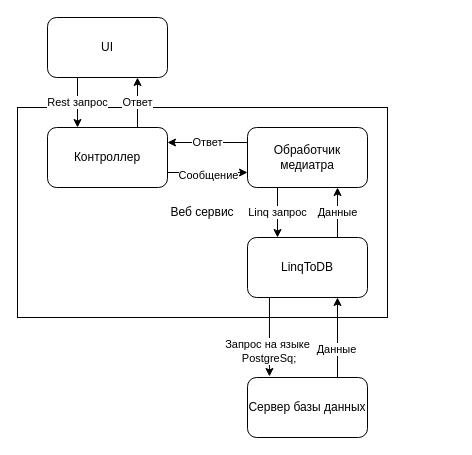
Earlier version of the draw.io diagram page "Page-4" (4 of 4) of Untitled Diagram.drawio (Da11oS/Proektny-praktikum). Source tidied: cells renumbered, new cells numbered last; positions are measured from the earlier drawing's top-left corner, leaving out a move shared by most shapes. Both pictures are drawn from the tidied source at 100%, with x=0, y=0 at pixel (17, 17).
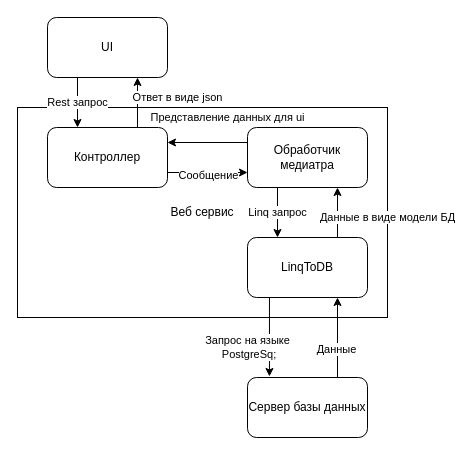
After the change.

Commit message:
ВКР модель веб сервисов.drawio

The edit, as a diff of the source:
```diff
@@
 <mxGraphModel>
   <root>
     <mxCell id="0" />
     <mxCell id="1" parent="0" />
     <mxCell id="2" value="Веб сервис" style="rounded=0;whiteSpace=wrap;html=1;" parent="1" vertex="1">
       <mxGeometry y="90" width="370" height="210" as="geometry" />
     </mxCell>
     <mxCell id="3" value="Контроллер" style="rounded=1;whiteSpace=wrap;html=1;" parent="1" vertex="1">
       <mxGeometry x="30" y="110" width="120" height="60" as="geometry" />
     </mxCell>
     <mxCell id="4" value="Обработчик медиатра" style="rounded=1;whiteSpace=wrap;html=1;" parent="1" vertex="1">
       <mxGeometry x="230" y="110" width="120" height="60" as="geometry" />
     </mxCell>
     <mxCell id="5" value="UI" style="rounded=1;whiteSpace=wrap;html=1;" parent="1" vertex="1">
       <mxGeometry x="30" width="120" height="60" as="geometry" />
     </mxCell>
     <mxCell id="6" value="&lt;span style=&quot;&quot;&gt;Сервер базы данных&lt;br&gt;&lt;/span&gt;" style="rounded=1;whiteSpace=wrap;html=1;" parent="1" vertex="1">
       <mxGeometry x="230" y="360" width="120" height="60" as="geometry" />
     </mxCell>
     <mxCell id="7" value="LinqToDB" style="rounded=1;whiteSpace=wrap;html=1;" parent="1" vertex="1">
       <mxGeometry x="230" y="220" width="120" height="60" as="geometry" />
     </mxCell>
     <mxCell id="8" value="Rest запрос" style="endArrow=classic;html=1;rounded=0;exitX=0.25;exitY=1;exitDx=0;exitDy=0;entryX=0.25;entryY=0;entryDx=0;entryDy=0;" parent="1" edge="1" source="5" target="3">
       <mxGeometry relative="1" as="geometry" />
     </mxCell>
     <mxCell id="9" style="endArrow=classic;html=1;rounded=0;entryX=0;entryY=0.75;entryDx=0;entryDy=0;exitX=1;exitY=0.75;exitDx=0;exitDy=0;" parent="1" edge="1" source="3" target="4">
       <mxGeometry relative="1" as="geometry" />
     </mxCell>
     <mxCell id="10" value="Сообщение" style="edgeLabel;html=1;align=center;verticalAlign=middle;" parent="9" vertex="1">
       <mxGeometry x="0.25" y="-2" relative="1" as="geometry">
         <mxPoint x="-10" as="offset" />
       </mxGeometry>
     </mxCell>
     <mxCell id="11" value="Linq запрос" style="endArrow=classic;html=1;rounded=0;exitX=0.25;exitY=1;exitDx=0;exitDy=0;entryX=0.25;entryY=0;entryDx=0;entryDy=0;" parent="1" edge="1" source="4" target="7">
       <mxGeometry relative="1" as="geometry" />
     </mxCell>
     <mxCell id="12" value="Запрос на языке&lt;br&gt;&amp;nbsp;PostgreSq;" style="endArrow=classic;html=1;rounded=0;exitX=0.183;exitY=1;exitDx=0;exitDy=0;exitPerimeter=0;entryX=0.183;entryY=-0.017;entryDx=0;entryDy=0;entryPerimeter=0;" parent="1" edge="1" source="7" target="6">
-      <mxGeometry x="0.36" y="-2" relative="1" as="geometry" />
+      <mxGeometry x="0.27" y="-22" relative="1" as="geometry" />
     </mxCell>
-    <mxCell id="13" value="Ответ" style="endArrow=classic;html=1;rounded=0;entryX=0.75;entryY=1;entryDx=0;entryDy=0;exitX=0.75;exitY=0;exitDx=0;exitDy=0;" parent="1" edge="1" source="3" target="5">
-      <mxGeometry relative="1" as="geometry" />
+    <mxCell id="13" value="Ответ в виде json" style="endArrow=classic;html=1;rounded=0;entryX=0.75;entryY=1;entryDx=0;entryDy=0;exitX=0.75;exitY=0;exitDx=0;exitDy=0;" parent="1" edge="1" source="3" target="5">
+      <mxGeometry x="0.2" y="-40" relative="1" as="geometry" />
     </mxCell>
-    <mxCell id="14" value="Ответ" style="endArrow=classic;html=1;rounded=0;exitX=0;exitY=0.25;exitDx=0;exitDy=0;entryX=1;entryY=0.25;entryDx=0;entryDy=0;" parent="1" edge="1" source="4" target="3">
-      <mxGeometry relative="1" as="geometry" />
+    <mxCell id="14" value="Представление данных для ui" style="endArrow=classic;html=1;rounded=0;exitX=0;exitY=0.25;exitDx=0;exitDy=0;entryX=1;entryY=0.25;entryDx=0;entryDy=0;" parent="1" edge="1" source="4" target="3">
+      <mxGeometry x="-0.5" y="-25" relative="1" as="geometry" />
     </mxCell>
-    <mxCell id="15" value="Данные" style="endArrow=classic;html=1;rounded=0;entryX=0.75;entryY=1;entryDx=0;entryDy=0;exitX=0.75;exitY=0;exitDx=0;exitDy=0;" parent="1" edge="1" source="7" target="4">
-      <mxGeometry relative="1" as="geometry" />
+    <mxCell id="15" value="Данные в виде модели БД" style="endArrow=classic;html=1;rounded=0;entryX=0.75;entryY=1;entryDx=0;entryDy=0;exitX=0.75;exitY=0;exitDx=0;exitDy=0;" parent="1" edge="1" source="7" target="4">
+      <mxGeometry x="-0.2" y="-50" relative="1" as="geometry" />
     </mxCell>
     <mxCell id="16" style="endArrow=classic;html=1;rounded=0;entryX=0.75;entryY=1;entryDx=0;entryDy=0;exitX=0.75;exitY=0;exitDx=0;exitDy=0;" parent="1" edge="1" source="6" target="7">
       <mxGeometry relative="1" as="geometry" />
     </mxCell>
     <mxCell id="17" value="Данные" style="edgeLabel;html=1;align=center;verticalAlign=middle;" parent="16" vertex="1">
       <mxGeometry x="-0.28" y="2" relative="1" as="geometry" />
     </mxCell>
   </root>
 </mxGraphModel>
```
